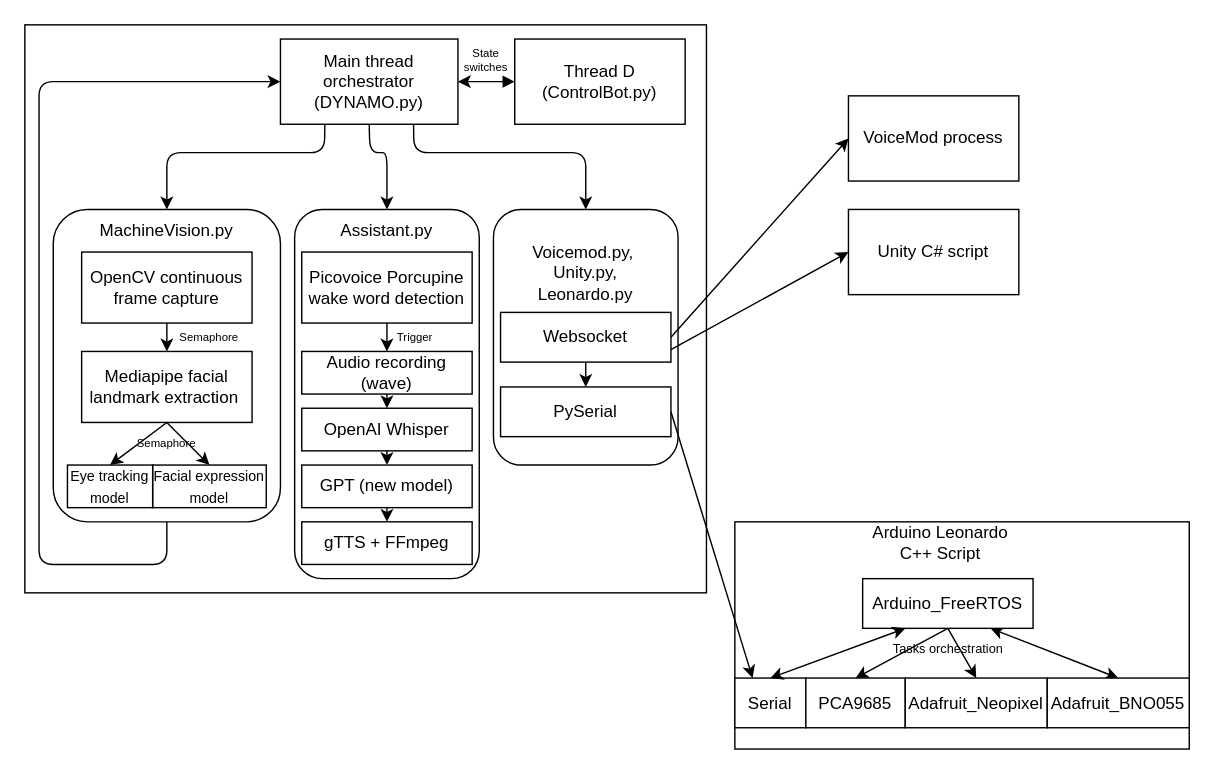
Before: Software.drawio in MekhyW/DYNAMO-Electronic_Fursuit-2.0, a draw.io diagram. Source tidied: cells renumbered, new cells numbered last; positions are measured from the earlier drawing's top-left corner, leaving out a move shared by most shapes. Both pictures are drawn from the tidied source at 142%, with x=0, y=0 at pixel (24, 24).
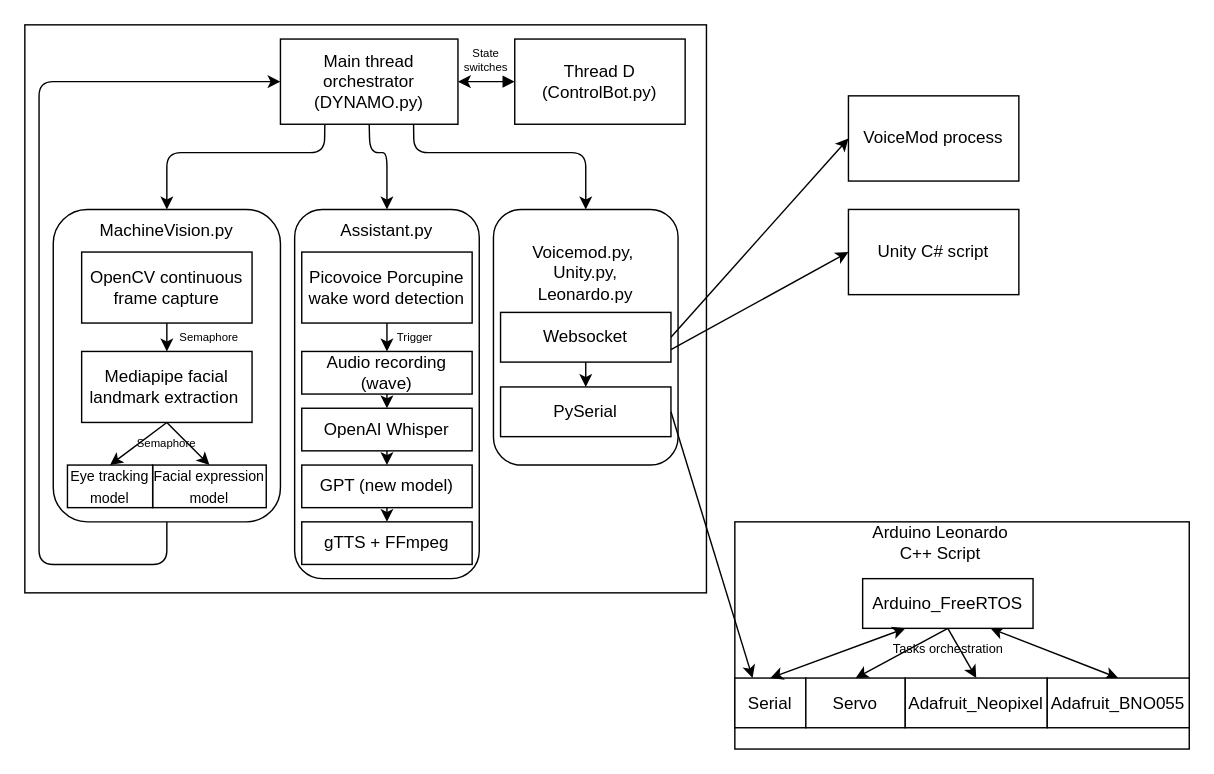
The same diagram, later.

Diff of the diagram source:
```diff
@@
-    <mxCell id="50" value="PCA9685" style="rounded=0;whiteSpace=wrap;html=1;fontSize=12;" parent="1" vertex="1">
+    <mxCell id="50" value="Servo" style="rounded=0;whiteSpace=wrap;html=1;fontSize=12;" parent="1" vertex="1">
       <mxGeometry x="550" y="460" width="70" height="35" as="geometry" />
     </mxCell>
```
